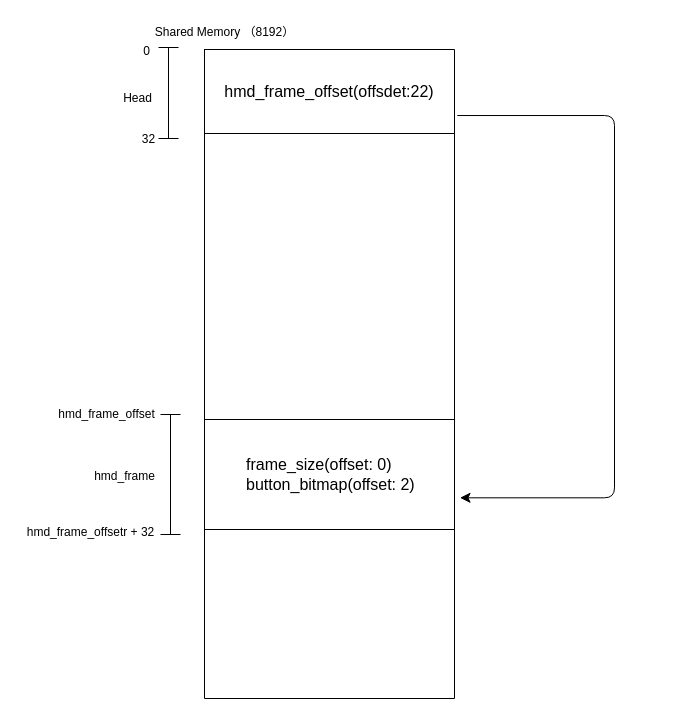
Before: hmd_data_frame.drawio in dig5864/vimrc, a draw.io diagram. Source tidied: cells renumbered, new cells numbered last; positions are measured from the earlier drawing's top-left corner, leaving out a move shared by most shapes. Both pictures are drawn from the tidied source at 100%, with x=0, y=0 at pixel (17, 17).
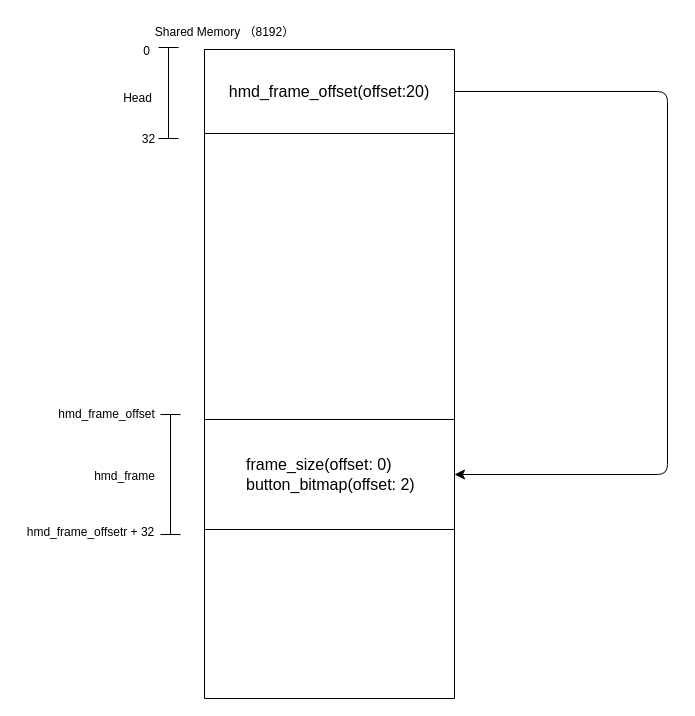
Above is the later version.

Unchanged cells that the change refers to:
```xml
<mxCell id="2" style="shape=table;startSize=0;childLayout=tableLayout;fontSize=16;rounded=1;" parent="1" vertex="1">
  <mxGeometry x="187" y="32" width="250" height="649" as="geometry" />
</mxCell>
<mxCell id="3" style="shape=tableRow;horizontal=0;startSize=0;swimlaneHead=0;swimlaneBody=0;strokeColor=inherit;top=0;left=0;bottom=0;right=0;fillColor=none;points=[[0,0.5],[1,0.5]];portConstraint=eastwest;fontSize=16;rounded=1;" parent="2" vertex="1">
  <mxGeometry width="250" height="84" as="geometry" />
</mxCell>
<mxCell id="7" style="shape=tableRow;horizontal=0;startSize=0;swimlaneHead=0;swimlaneBody=0;strokeColor=inherit;top=0;left=0;bottom=0;right=0;fillColor=none;points=[[0,0.5],[1,0.5]];portConstraint=eastwest;fontSize=16;rounded=1;" parent="2" vertex="1">
  <mxGeometry y="370" width="250" height="110" as="geometry" />
</mxCell>
```

Diff of the diagram source:
```diff
@@
-    <mxCell id="4" value="hmd_frame_offset(offsdet:22)" style="shape=partialRectangle;html=1;whiteSpace=wrap;strokeColor=inherit;overflow=hidden;fillColor=none;top=0;left=0;bottom=0;right=0;fontSize=16;rounded=1;" parent="3" vertex="1">
+    <mxCell id="4" value="hmd_frame_offset(offset:20)" style="shape=partialRectangle;html=1;whiteSpace=wrap;strokeColor=inherit;overflow=hidden;fillColor=none;top=0;left=0;bottom=0;right=0;fontSize=16;rounded=1;" parent="3" vertex="1">
       <mxGeometry width="250" height="84" as="geometry" />
     </mxCell>
@@
-    <mxCell id="11" style="edgeStyle=elbowEdgeStyle;elbow=vertical;endArrow=classic;html=1;curved=0;rounded=1;endSize=8;startSize=8;exitX=1.011;exitY=0.786;exitDx=0;exitDy=0;entryX=1.022;entryY=0.712;entryDx=0;entryDy=0;entryPerimeter=0;exitPerimeter=0;" parent="2" edge="1" source="3" target="7">
+    <mxCell id="11" style="edgeStyle=elbowEdgeStyle;elbow=vertical;endArrow=classic;html=1;curved=0;rounded=1;endSize=8;startSize=8;exitX=1;exitY=0.5;exitDx=0;exitDy=0;entryX=1;entryY=0.5;entryDx=0;entryDy=0;" parent="2" edge="1" source="3" target="7">
       <mxGeometry relative="1" as="geometry">
         <Array as="points">
-          <mxPoint x="410" y="60" />
-          <mxPoint x="530" y="430" />
-          <mxPoint x="440" y="440" />
+          <mxPoint x="463" y="210" />
+          <mxPoint x="760.2" y="395.7" />
+          <mxPoint x="670.2" y="405.7" />
         </Array>
       </mxGeometry>
     </mxCell>
```
